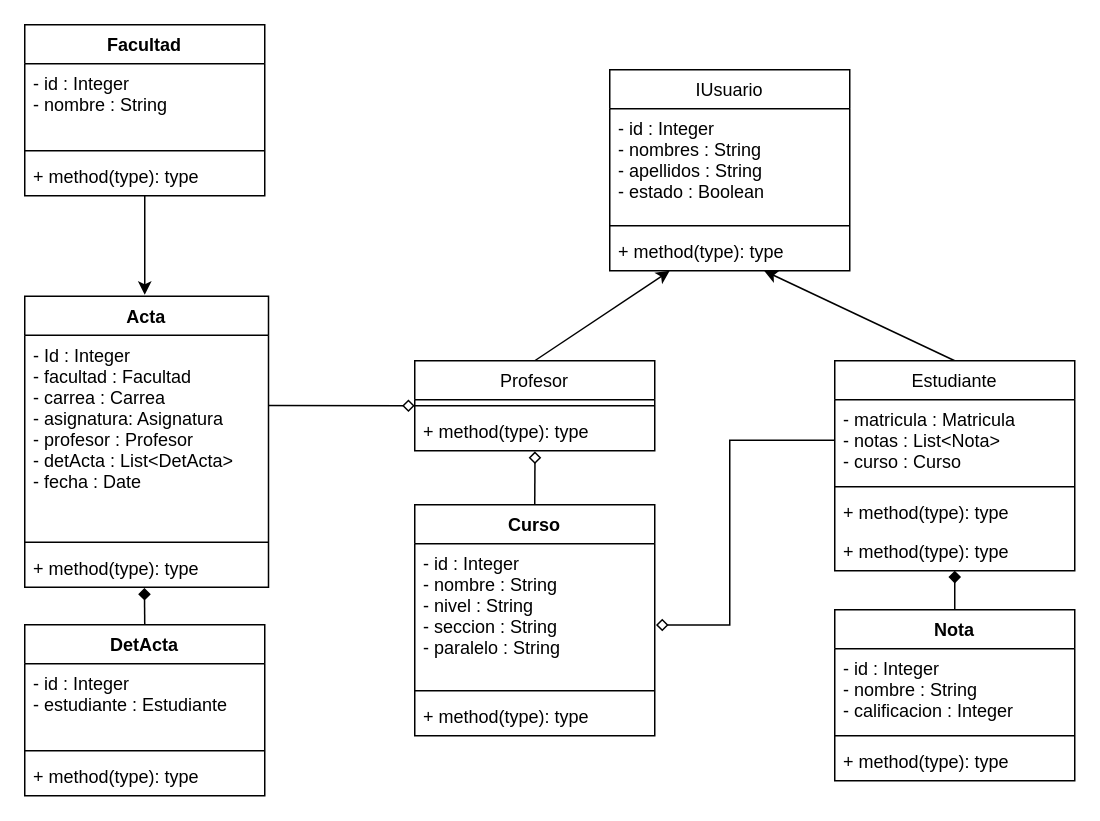
Earlier version of the draw.io diagram Taller 1/diseño/diagrama.drawio (aterana3/Python-4to-semestre). Source tidied: cells renumbered, new cells numbered last; positions are measured from the earlier drawing's top-left corner, leaving out a move shared by most shapes. Both pictures are drawn from the tidied source at 150%, with x=0, y=0 at pixel (24, 24).
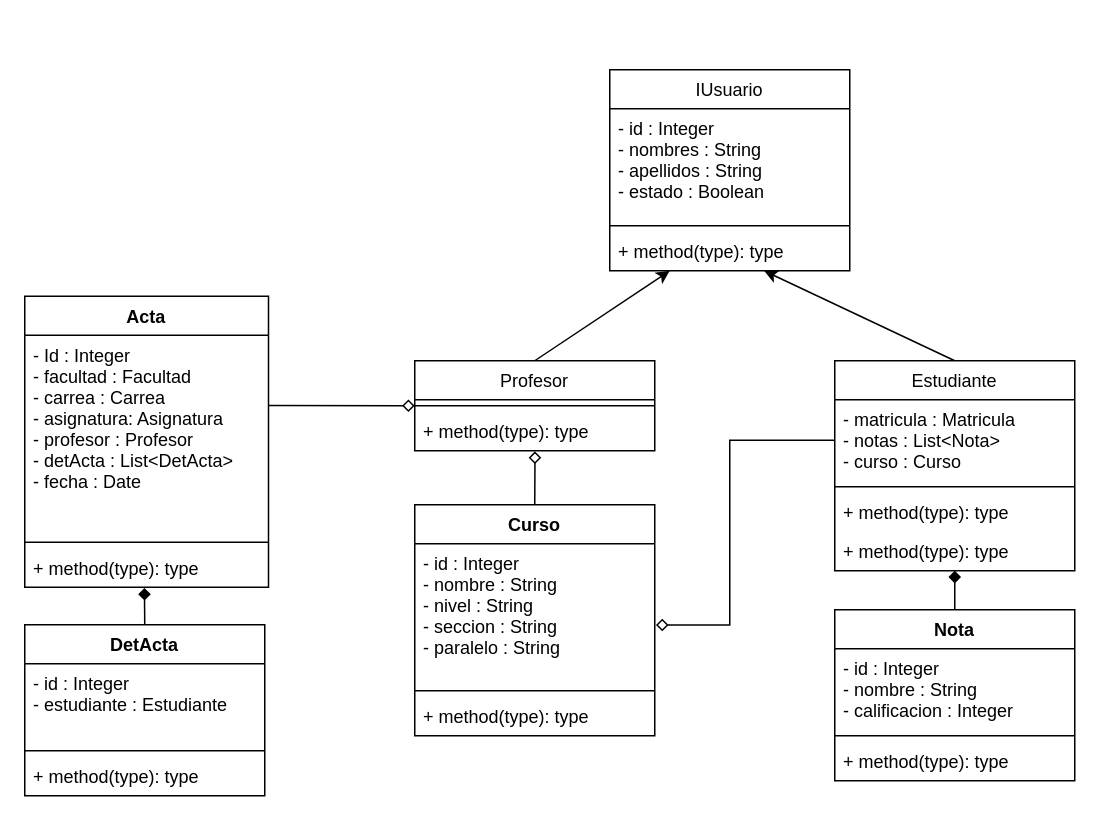
The same page after the edit.

Commit message:
Ultimo sumit

The edit, as a diff of the source:
```diff
@@
-    <mxCell id="2" style="edgeStyle=orthogonalEdgeStyle;rounded=0;jettySize=auto;html=1;exitX=0.5;exitY=1;exitDx=0;exitDy=0;" parent="1" edge="1" source="3">
-      <mxGeometry relative="1" as="geometry">
-        <mxPoint x="80" y="180" as="targetPoint" />
-      </mxGeometry>
-    </mxCell>
-    <mxCell id="3" value="Facultad" style="swimlane;fontStyle=1;align=center;verticalAlign=top;horizontal=1;startSize=26;" parent="1" vertex="1">
-      <mxGeometry width="160" height="114" as="geometry" />
-    </mxCell>
-    <mxCell id="4" value="- id : Integer&#10;- nombre : String&#10;" style="text;strokeColor=none;fillColor=none;align=left;verticalAlign=top;spacingLeft=4;spacingRight=4;overflow=hidden;" parent="3" vertex="1">
-      <mxGeometry y="26" width="160" height="54" as="geometry" />
-    </mxCell>
-    <mxCell id="5" style="line;strokeWidth=1;fillColor=none;align=left;verticalAlign=middle;spacingTop=-1;spacingLeft=3;spacingRight=3;labelPosition=right;strokeColor=inherit;" parent="3" vertex="1">
-      <mxGeometry y="80" width="160" height="8" as="geometry" />
-    </mxCell>
-    <mxCell id="6" value="+ method(type): type" style="text;strokeColor=none;fillColor=none;align=left;verticalAlign=top;spacingLeft=4;spacingRight=4;overflow=hidden;" parent="3" vertex="1">
-      <mxGeometry y="88" width="160" height="26" as="geometry" />
-    </mxCell>
```
